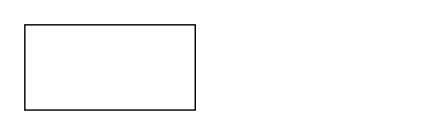
The draw.io diagram blocks2.drawio in sunmiao0301/Public-Pic-Bed, before the edit. Source tidied: cells renumbered, new cells numbered last; positions are measured from the earlier drawing's top-left corner, leaving out a move shared by most shapes. Both pictures are drawn from the tidied source at 142%, with x=0, y=0 at pixel (24, 24).
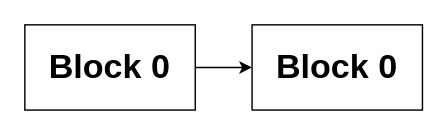
The same diagram, later.

Change to the diagram source:
```diff
@@
 <mxGraphModel>
   <root>
     <mxCell id="0" />
     <mxCell id="1" parent="0" />
-    <mxCell id="2" style="rounded=0;whiteSpace=wrap;html=1;" parent="1" vertex="1">
+    <mxCell id="2" value="&lt;font style=&quot;font-size: 24px;&quot;&gt;&lt;b&gt;Block 0&lt;/b&gt;&lt;/font&gt;" style="rounded=0;whiteSpace=wrap;html=1;" parent="1" vertex="1">
       <mxGeometry width="120" height="60" as="geometry" />
     </mxCell>
+    <mxCell id="3" value="&lt;font style=&quot;font-size: 24px;&quot;&gt;&lt;b&gt;Block 0&lt;/b&gt;&lt;/font&gt;" style="rounded=0;whiteSpace=wrap;html=1;" parent="1" vertex="1">
+      <mxGeometry x="160" width="120" height="60" as="geometry" />
+    </mxCell>
+    <mxCell id="4" style="endArrow=classic;html=1;rounded=0;exitX=1;exitY=0.5;exitDx=0;exitDy=0;" parent="1" edge="1" source="2" target="3">
+      <mxGeometry relative="1" as="geometry" />
+    </mxCell>
   </root>
 </mxGraphModel>
```
